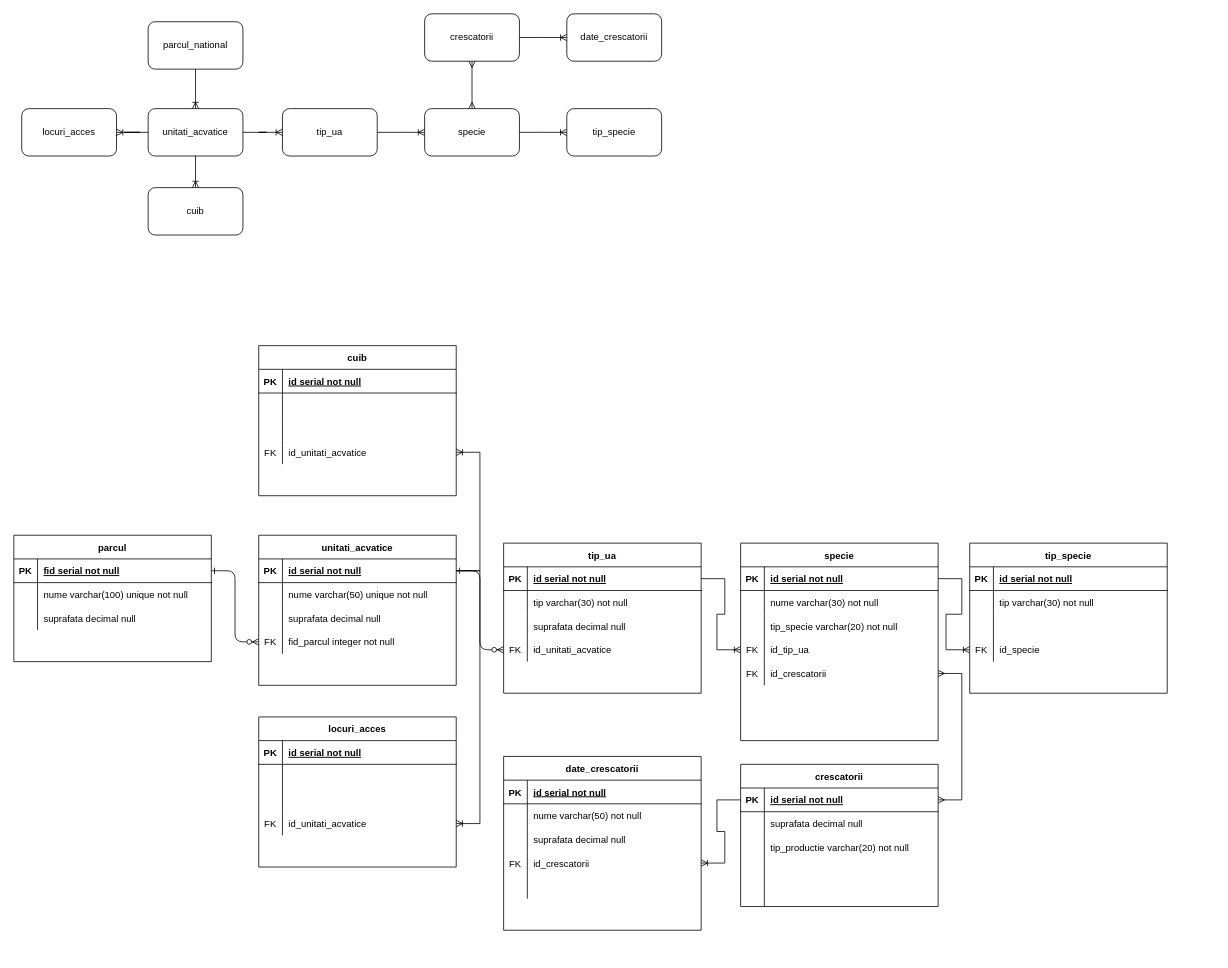
The draw.io diagram Untitled Diagram.drawio in FlorinM02/Examen_sem1_Muica, before the edit. Source tidied: cells renumbered, new cells numbered last; positions are measured from the earlier drawing's top-left corner, leaving out a move shared by most shapes. Both pictures are drawn from the tidied source at 79%, with x=0, y=0 at pixel (13, 13).
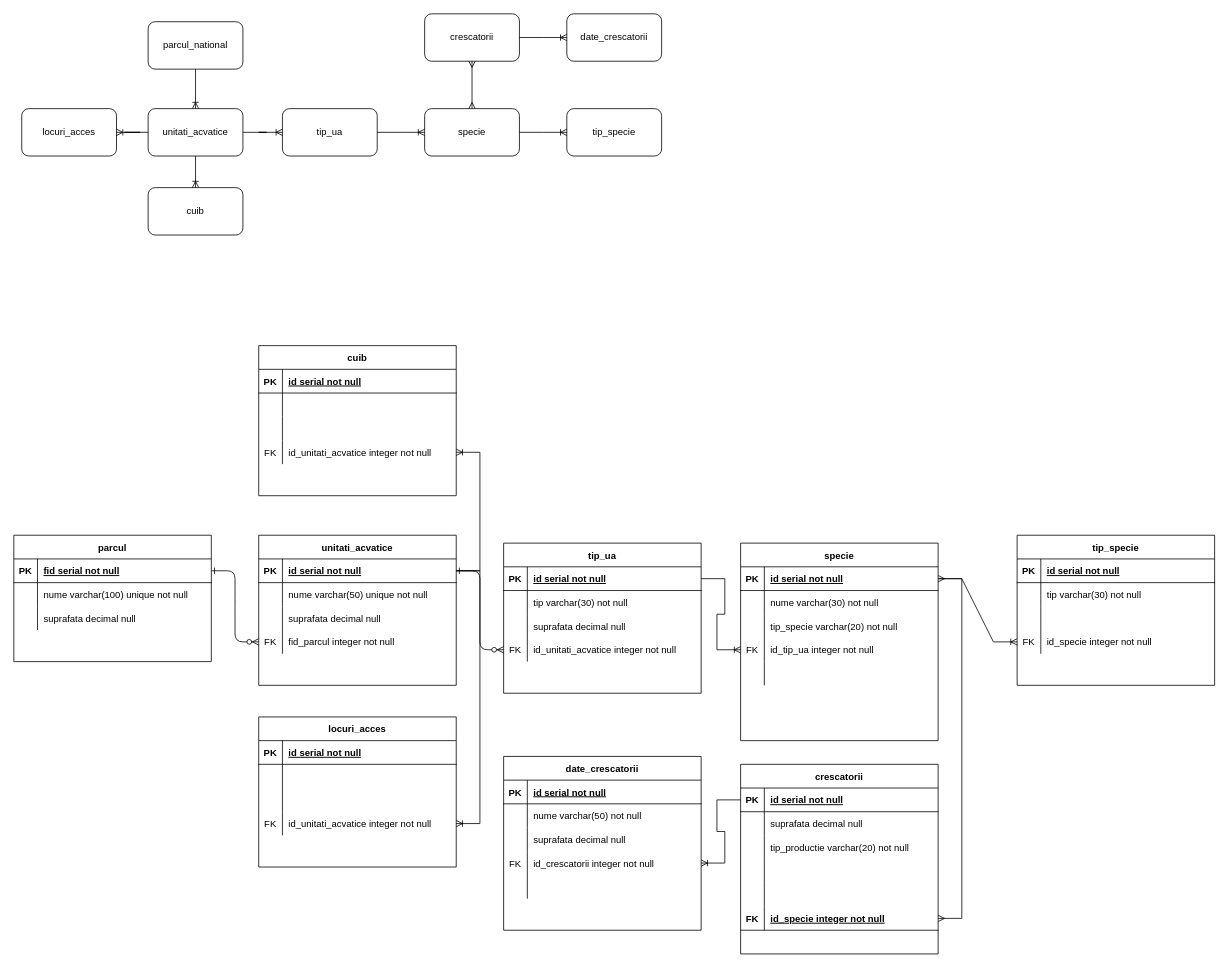
Above is the later version.

The change refers to these unchanged cells:
```xml
<mxCell id="52" style="shape=partialRectangle;fillColor=none;points=[[0,0.5],[1,0.5]];portConstraint=eastwest;top=0;left=0;right=0;bottom=0;" parent="42" vertex="1">
  <mxGeometry y="120" width="250" height="30" as="geometry" />
</mxCell>
<mxCell id="65" style="shape=partialRectangle;fillColor=none;points=[[0,0.5],[1,0.5]];portConstraint=eastwest;top=0;left=0;right=0;bottom=0;" parent="55" vertex="1">
  <mxGeometry y="120" width="250" height="30" as="geometry" />
</mxCell>
<mxCell id="78" style="shape=partialRectangle;fillColor=none;points=[[0,0.5],[1,0.5]];portConstraint=eastwest;top=0;left=0;right=0;bottom=0;" parent="68" vertex="1">
  <mxGeometry y="120" width="250" height="30" as="geometry" />
</mxCell>
<mxCell id="85" style="shape=partialRectangle;fillColor=none;points=[[0,0.5],[1,0.5]];portConstraint=eastwest;top=0;left=0;right=0;bottom=1;" parent="84" vertex="1">
  <mxGeometry y="30" width="250" height="30" as="geometry" />
</mxCell>
<mxCell id="94" style="shape=partialRectangle;fillColor=none;points=[[0,0.5],[1,0.5]];portConstraint=eastwest;top=0;left=0;right=0;bottom=0;" parent="84" vertex="1">
  <mxGeometry y="120" width="250" height="30" as="geometry" />
</mxCell>
<mxCell id="97" style="shape=partialRectangle;fillColor=none;points=[[0,0.5],[1,0.5]];portConstraint=eastwest;top=0;left=0;right=0;bottom=0;" parent="84" vertex="1">
  <mxGeometry y="150" width="250" height="30" as="geometry" />
</mxCell>
<mxCell id="111" style="shape=partialRectangle;fillColor=none;points=[[0,0.5],[1,0.5]];portConstraint=eastwest;top=0;left=0;right=0;bottom=0;" parent="101" vertex="1">
  <mxGeometry y="120" width="250" height="30" as="geometry" />
</mxCell>
<mxCell id="116" style="shape=partialRectangle;fillColor=none;points=[[0,0.5],[1,0.5]];portConstraint=eastwest;top=0;left=0;right=0;bottom=1;" parent="115" vertex="1">
  <mxGeometry y="30" width="250" height="30" as="geometry" />
</mxCell>
<mxCell id="143" style="shape=partialRectangle;fillColor=none;points=[[0,0.5],[1,0.5]];portConstraint=eastwest;top=0;left=0;right=0;bottom=0;" parent="133" vertex="1">
  <mxGeometry y="120" width="250" height="30" as="geometry" />
</mxCell>
```

What changed in the source:
```diff
@@
-    <mxCell id="54" value="id_unitati_acvatice" style="shape=partialRectangle;overflow=hidden;fillColor=none;top=0;left=0;bottom=0;right=0;align=left;spacingLeft=6;" parent="52" vertex="1">
+    <mxCell id="54" value="id_unitati_acvatice integer not null" style="shape=partialRectangle;overflow=hidden;fillColor=none;top=0;left=0;bottom=0;right=0;align=left;spacingLeft=6;" parent="52" vertex="1">
       <mxGeometry x="30" width="220" height="30" as="geometry" />
     </mxCell>
@@
-    <mxCell id="67" value="id_unitati_acvatice" style="shape=partialRectangle;overflow=hidden;fillColor=none;top=0;left=0;bottom=0;right=0;align=left;spacingLeft=6;" parent="65" vertex="1">
+    <mxCell id="67" value="id_unitati_acvatice integer not null" style="shape=partialRectangle;overflow=hidden;fillColor=none;top=0;left=0;bottom=0;right=0;align=left;spacingLeft=6;" parent="65" vertex="1">
       <mxGeometry x="30" width="220" height="30" as="geometry" />
     </mxCell>
@@
-    <mxCell id="80" value="id_unitati_acvatice" style="shape=partialRectangle;overflow=hidden;fillColor=none;top=0;left=0;bottom=0;right=0;align=left;spacingLeft=6;" parent="78" vertex="1">
+    <mxCell id="80" value="id_unitati_acvatice integer not null" style="shape=partialRectangle;overflow=hidden;fillColor=none;top=0;left=0;bottom=0;right=0;align=left;spacingLeft=6;" parent="78" vertex="1">
       <mxGeometry x="30" width="220" height="30" as="geometry" />
     </mxCell>
@@
-    <mxCell id="96" value="id_tip_ua" style="shape=partialRectangle;overflow=hidden;fillColor=none;top=0;left=0;bottom=0;right=0;align=left;spacingLeft=6;" parent="94" vertex="1">
+    <mxCell id="96" value="id_tip_ua integer not null" style="shape=partialRectangle;overflow=hidden;fillColor=none;top=0;left=0;bottom=0;right=0;align=left;spacingLeft=6;" parent="94" vertex="1">
       <mxGeometry x="30" width="220" height="30" as="geometry" />
     </mxCell>
@@
-    <mxCell id="98" value="FK" style="shape=partialRectangle;overflow=hidden;fillColor=none;top=0;left=0;bottom=0;right=0;" parent="97" vertex="1">
+    <mxCell id="98" style="shape=partialRectangle;overflow=hidden;fillColor=none;top=0;left=0;bottom=0;right=0;" parent="97" vertex="1">
       <mxGeometry width="30" height="30" as="geometry" />
     </mxCell>
-    <mxCell id="99" value="id_crescatorii" style="shape=partialRectangle;overflow=hidden;fillColor=none;top=0;left=0;bottom=0;right=0;align=left;spacingLeft=6;" parent="97" vertex="1">
+    <mxCell id="99" style="shape=partialRectangle;overflow=hidden;fillColor=none;top=0;left=0;bottom=0;right=0;align=left;spacingLeft=6;" parent="97" vertex="1">
       <mxGeometry x="30" width="220" height="30" as="geometry" />
     </mxCell>
@@
     <mxCell id="101" value="tip_specie" style="shape=table;startSize=30;childLayout=tableLayout;rowLines=0;fontStyle=1;align=center;" parent="1" vertex="1">
-      <mxGeometry x="1210" y="670" width="250" height="190" as="geometry" />
+      <mxGeometry x="1270" y="660" width="250" height="190" as="geometry" />
     </mxCell>
@@
-    <mxCell id="113" value="id_specie" style="shape=partialRectangle;overflow=hidden;fillColor=none;top=0;left=0;bottom=0;right=0;align=left;spacingLeft=6;" parent="111" vertex="1">
+    <mxCell id="113" value="id_specie integer not null" style="shape=partialRectangle;overflow=hidden;fillColor=none;top=0;left=0;bottom=0;right=0;align=left;spacingLeft=6;" parent="111" vertex="1">
       <mxGeometry x="30" width="220" height="30" as="geometry" />
     </mxCell>
@@
     <mxCell id="115" value="crescatorii" style="shape=table;startSize=30;childLayout=tableLayout;rowLines=0;fontStyle=1;align=center;" parent="1" vertex="1">
-      <mxGeometry x="920" y="950" width="250" height="180" as="geometry" />
+      <mxGeometry x="920" y="950" width="250" height="240" as="geometry" />
     </mxCell>
@@
+    <mxCell id="150" style="shape=partialRectangle;fillColor=none;points=[[0,0.5],[1,0.5]];portConstraint=eastwest;top=0;left=0;right=0;bottom=1;" parent="115" vertex="1">
+      <mxGeometry y="180" width="250" height="30" as="geometry" />
+    </mxCell>
+    <mxCell id="151" value="FK" style="shape=partialRectangle;overflow=hidden;fillColor=none;top=0;left=0;bottom=0;right=0;fontStyle=1;" parent="150" vertex="1">
+      <mxGeometry width="30" height="30" as="geometry" />
+    </mxCell>
+    <mxCell id="152" value="id_specie integer not null" style="shape=partialRectangle;overflow=hidden;fillColor=none;top=0;left=0;bottom=0;right=0;align=left;spacingLeft=6;fontStyle=5;" parent="150" vertex="1">
+      <mxGeometry x="30" width="220" height="30" as="geometry" />
+    </mxCell>
-    <mxCell id="131" style="edgeStyle=entityRelationEdgeStyle;fontSize=12;html=1;endArrow=ERmany;startArrow=ERmany;rounded=0;exitX=1;exitY=0.5;exitDx=0;exitDy=0;entryX=1;entryY=0.5;entryDx=0;entryDy=0;" parent="1" edge="1" source="116" target="97">
+    <mxCell id="131" style="edgeStyle=entityRelationEdgeStyle;fontSize=12;html=1;endArrow=ERmany;startArrow=ERmany;rounded=0;exitX=1;exitY=0.5;exitDx=0;exitDy=0;entryX=1;entryY=0.5;entryDx=0;entryDy=0;" parent="1" edge="1" source="150" target="85">
       <mxGeometry relative="1" as="geometry" />
     </mxCell>
@@
-    <mxCell id="145" value="id_crescatorii" style="shape=partialRectangle;overflow=hidden;fillColor=none;top=0;left=0;bottom=0;right=0;align=left;spacingLeft=6;" parent="143" vertex="1">
+    <mxCell id="145" value="id_crescatorii integer not null" style="shape=partialRectangle;overflow=hidden;fillColor=none;top=0;left=0;bottom=0;right=0;align=left;spacingLeft=6;" parent="143" vertex="1">
       <mxGeometry x="30" width="220" height="30" as="geometry" />
     </mxCell>
```
